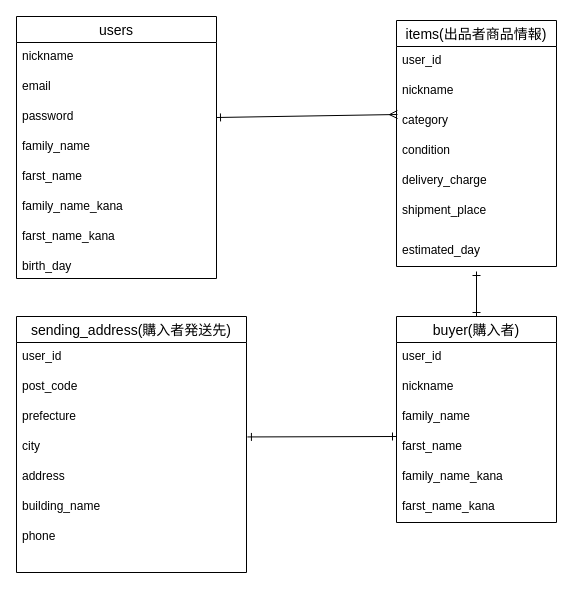
Earlier version of the draw.io diagram furima.dio (tsukasakaiko/furima-37303). Source tidied: cells renumbered, new cells numbered last; positions are measured from the earlier drawing's top-left corner, leaving out a move shared by most shapes. Both pictures are drawn from the tidied source at 100%, with x=0, y=0 at pixel (16, 16).
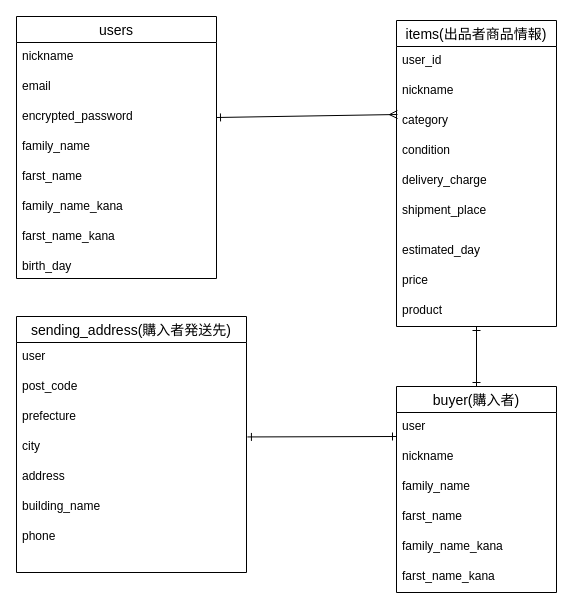
After the change.

Unchanged cells that the change refers to:
```xml
<mxCell id="2" value="users" style="swimlane;fontStyle=0;horizontal=1;startSize=26;align=center;fontSize=14;" parent="1" vertex="1">
  <mxGeometry width="200" height="262" as="geometry" />
</mxCell>
<mxCell id="12" value="sending_address(購入者発送先)" style="swimlane;fontStyle=0;horizontal=1;startSize=26;align=center;fontSize=14;" parent="1" vertex="1">
  <mxGeometry y="300" width="230" height="256" as="geometry" />
</mxCell>
<mxCell id="27" value="estimated_day" style="text;strokeColor=none;fillColor=none;spacingLeft=4;spacingRight=4;overflow=hidden;points=[[0,0.5],[1,0.5]];portConstraint=eastwest;fontSize=12;" parent="20" vertex="1">
  <mxGeometry y="216" width="160" height="30" as="geometry" />
</mxCell>
```

Change to the diagram source:
```diff
@@
-    <mxCell id="5" value="password" style="text;strokeColor=none;fillColor=none;spacingLeft=4;spacingRight=4;overflow=hidden;points=[[0,0.5],[1,0.5]];portConstraint=eastwest;fontSize=12;" parent="2" vertex="1">
+    <mxCell id="5" value="encrypted_password" style="text;strokeColor=none;fillColor=none;spacingLeft=4;spacingRight=4;overflow=hidden;points=[[0,0.5],[1,0.5]];portConstraint=eastwest;fontSize=12;" parent="2" vertex="1">
       <mxGeometry y="86" width="200" height="30" as="geometry" />
     </mxCell>
@@
-    <mxCell id="13" value="user_id" style="text;strokeColor=none;fillColor=none;spacingLeft=4;spacingRight=4;overflow=hidden;fontSize=12;" parent="12" vertex="1">
+    <mxCell id="13" value="user" style="text;strokeColor=none;fillColor=none;spacingLeft=4;spacingRight=4;overflow=hidden;fontSize=12;" parent="12" vertex="1">
       <mxGeometry y="26" width="230" height="30" as="geometry" />
     </mxCell>
@@
     <mxCell id="20" value="items(出品者商品情報)" style="swimlane;fontStyle=0;horizontal=1;startSize=26;align=center;fontSize=14;" parent="1" vertex="1">
-      <mxGeometry x="380" y="4" width="160" height="246" as="geometry" />
+      <mxGeometry x="380" y="4" width="160" height="306" as="geometry" />
     </mxCell>
@@
+    <mxCell id="37" value="price" style="text;strokeColor=none;fillColor=none;spacingLeft=4;spacingRight=4;overflow=hidden;fontSize=12;" parent="20" vertex="1">
+      <mxGeometry y="246" width="160" height="30" as="geometry" />
+    </mxCell>
+    <mxCell id="38" value="product" style="text;strokeColor=none;fillColor=none;spacingLeft=4;spacingRight=4;overflow=hidden;fontSize=12;" parent="20" vertex="1">
+      <mxGeometry y="276" width="160" height="30" as="geometry" />
+    </mxCell>
     <mxCell id="28" value="buyer(購入者)" style="swimlane;fontStyle=0;horizontal=1;startSize=26;align=center;fontSize=14;" parent="1" vertex="1">
-      <mxGeometry x="380" y="300" width="160" height="206" as="geometry" />
+      <mxGeometry x="380" y="370" width="160" height="206" as="geometry" />
     </mxCell>
-    <mxCell id="29" value="user_id" style="text;strokeColor=none;fillColor=none;spacingLeft=4;spacingRight=4;overflow=hidden;fontSize=12;" parent="28" vertex="1">
+    <mxCell id="29" value="user" style="text;strokeColor=none;fillColor=none;spacingLeft=4;spacingRight=4;overflow=hidden;fontSize=12;" parent="28" vertex="1">
       <mxGeometry y="26" width="160" height="30" as="geometry" />
     </mxCell>
@@
-    <mxCell id="35" style="edgeStyle=none;html=1;endArrow=ERone;endFill=0;startArrow=ERone;startFill=0;entryX=0.5;entryY=0;entryDx=0;entryDy=0;exitX=0.5;exitY=1.167;exitDx=0;exitDy=0;exitPerimeter=0;" parent="1" edge="1" source="27" target="28">
-      <mxGeometry relative="1" as="geometry" />
+    <mxCell id="35" style="edgeStyle=none;html=1;endArrow=ERone;endFill=0;startArrow=ERone;startFill=0;entryX=0.5;entryY=0;entryDx=0;entryDy=0;" parent="1" edge="1" target="28">
+      <mxGeometry relative="1" as="geometry">
+        <mxPoint x="460" y="310" as="sourcePoint" />
+      </mxGeometry>
     </mxCell>
```
